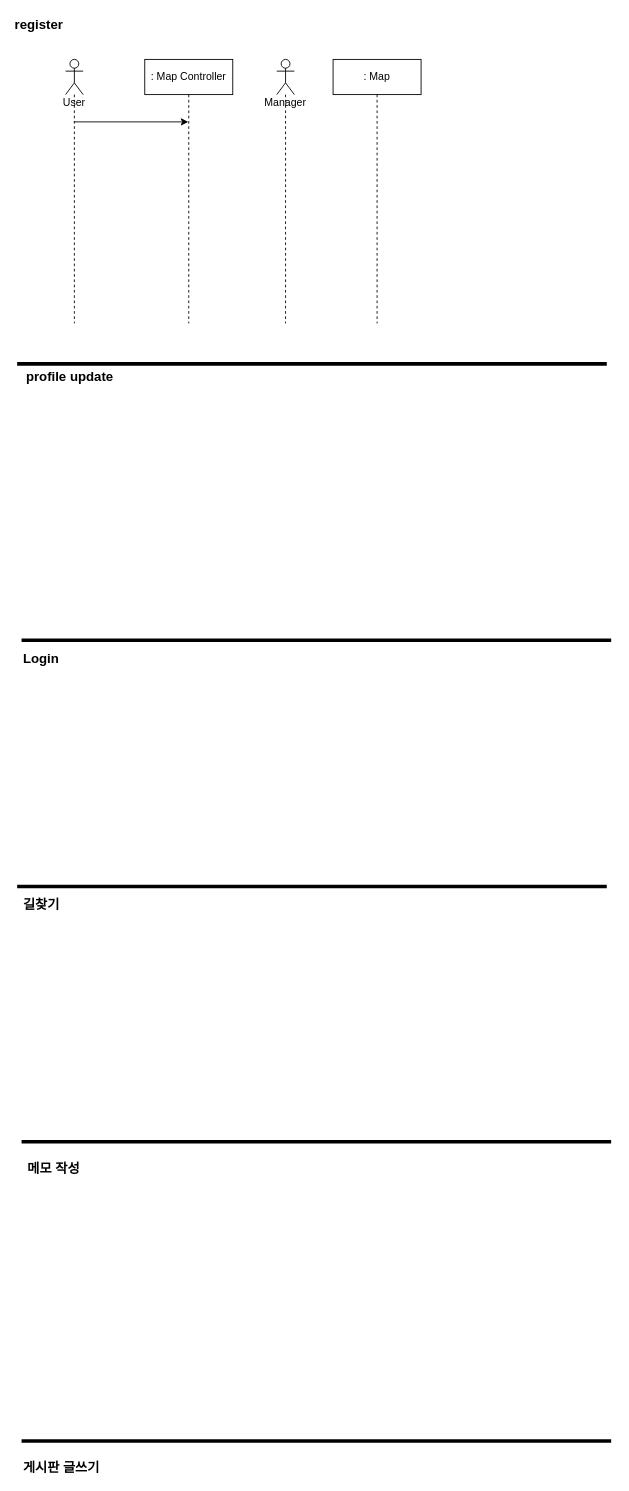
Earlier version of the draw.io diagram Soongsil Campus Map Sequence Diagram.drawio (tlfzgjadyd/SoftwareEngineering). Source tidied: cells renumbered, new cells numbered last; positions are measured from the earlier drawing's top-left corner, leaving out a move shared by most shapes. Both pictures are drawn from the tidied source at 88%, with x=0, y=0 at pixel (17, 15).
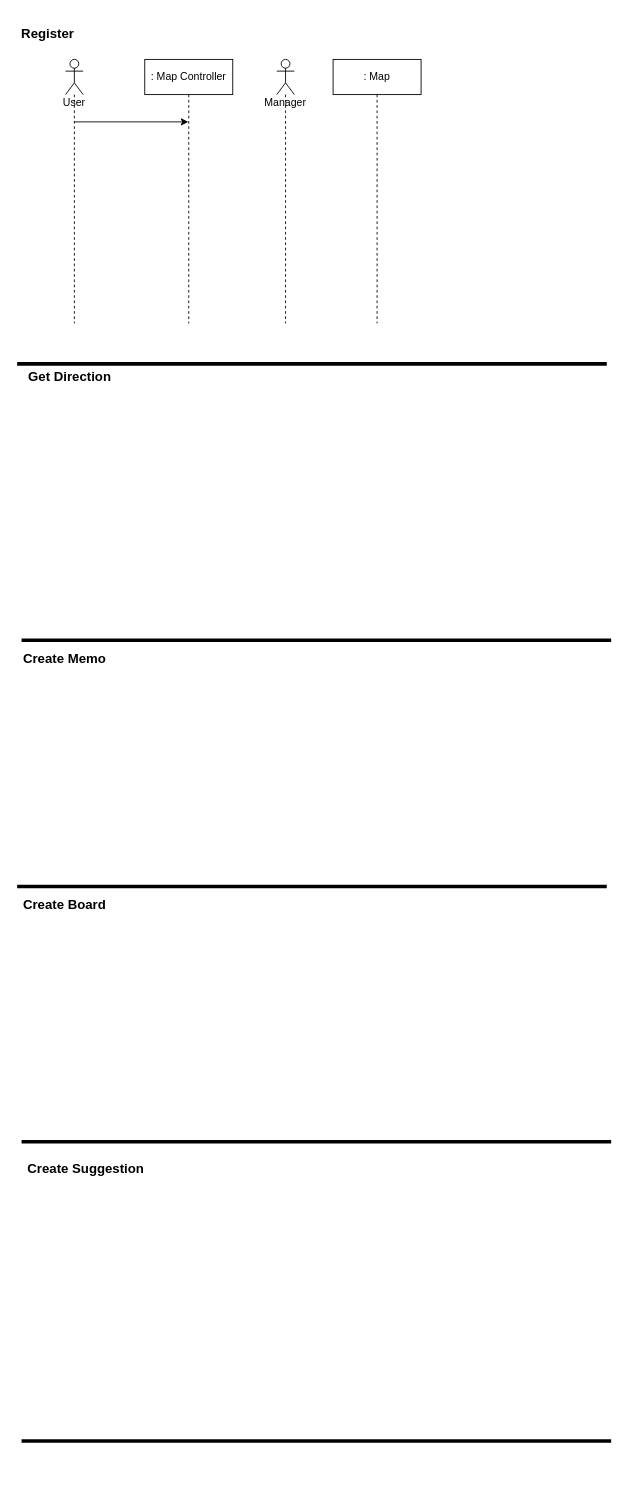
Above is the later version.

What changed in the source:
```diff
@@
-    <mxCell id="8" value="&lt;b&gt;&lt;font style=&quot;font-size: 15px&quot;&gt;register&lt;/font&gt;&lt;/b&gt;" style="text;html=1;strokeColor=none;fillColor=none;align=center;verticalAlign=middle;whiteSpace=wrap;rounded=0;" parent="1" vertex="1">
-      <mxGeometry x="5" width="40" height="20" as="geometry" />
+    <mxCell id="8" value="&lt;b&gt;&lt;font style=&quot;font-size: 15px&quot;&gt;Register&lt;/font&gt;&lt;/b&gt;" style="text;html=1;strokeColor=none;fillColor=none;align=center;verticalAlign=middle;whiteSpace=wrap;rounded=0;" parent="1" vertex="1">
+      <mxGeometry x="15" y="10" width="40" height="20" as="geometry" />
     </mxCell>
@@
-    <mxCell id="10" value="&lt;b&gt;&lt;font style=&quot;font-size: 15px&quot;&gt;profile update&lt;/font&gt;&lt;/b&gt;" style="text;html=1;strokeColor=none;fillColor=none;align=center;verticalAlign=middle;whiteSpace=wrap;rounded=0;" parent="1" vertex="1">
+    <mxCell id="10" value="&lt;b&gt;&lt;font style=&quot;font-size: 15px&quot;&gt;Get Direction&lt;/font&gt;&lt;/b&gt;" style="text;html=1;strokeColor=none;fillColor=none;align=center;verticalAlign=middle;whiteSpace=wrap;rounded=0;" parent="1" vertex="1">
       <mxGeometry x="5" y="400" width="110" height="20" as="geometry" />
     </mxCell>
@@
-    <mxCell id="12" value="&lt;b&gt;&lt;font style=&quot;font-size: 15px&quot;&gt;Login&lt;/font&gt;&lt;/b&gt;" style="text;html=1;strokeColor=none;fillColor=none;align=left;verticalAlign=middle;whiteSpace=wrap;rounded=0;" parent="1" vertex="1">
+    <mxCell id="12" value="&lt;b&gt;&lt;font style=&quot;font-size: 15px&quot;&gt;Create Memo&lt;/font&gt;&lt;/b&gt;" style="text;html=1;strokeColor=none;fillColor=none;align=left;verticalAlign=middle;whiteSpace=wrap;rounded=0;" parent="1" vertex="1">
       <mxGeometry x="5" y="720" width="110" height="20" as="geometry" />
     </mxCell>
@@
-    <mxCell id="15" value="&lt;span style=&quot;font-size: 15px&quot;&gt;&lt;b&gt;길찾기&lt;/b&gt;&lt;/span&gt;" style="text;html=1;strokeColor=none;fillColor=none;align=left;verticalAlign=middle;whiteSpace=wrap;rounded=0;" parent="1" vertex="1">
+    <mxCell id="15" value="&lt;span style=&quot;font-size: 15px&quot;&gt;&lt;b&gt;Create Board&lt;/b&gt;&lt;/span&gt;" style="text;html=1;strokeColor=none;fillColor=none;align=left;verticalAlign=middle;whiteSpace=wrap;rounded=0;" parent="1" vertex="1">
       <mxGeometry x="5" y="1000" width="110" height="20" as="geometry" />
     </mxCell>
-    <mxCell id="16" value="&lt;span style=&quot;font-size: 15px&quot;&gt;&lt;b&gt;메모 작성&lt;/b&gt;&lt;/span&gt;" style="text;html=1;strokeColor=none;fillColor=none;align=left;verticalAlign=middle;whiteSpace=wrap;rounded=0;" parent="1" vertex="1">
-      <mxGeometry x="10" y="1300" width="110" height="20" as="geometry" />
+    <mxCell id="16" value="&lt;span style=&quot;font-size: 15px&quot;&gt;&lt;b&gt;Create Suggestion&lt;/b&gt;&lt;/span&gt;" style="text;html=1;strokeColor=none;fillColor=none;align=left;verticalAlign=middle;whiteSpace=wrap;rounded=0;" parent="1" vertex="1">
+      <mxGeometry x="10" y="1300" width="135" height="20" as="geometry" />
     </mxCell>
@@
-    <mxCell id="18" value="&lt;span style=&quot;font-size: 15px&quot;&gt;&lt;b&gt;게시판 글쓰기&lt;/b&gt;&lt;/span&gt;" style="text;html=1;strokeColor=none;fillColor=none;align=left;verticalAlign=middle;whiteSpace=wrap;rounded=0;" parent="1" vertex="1">
-      <mxGeometry x="5" y="1640" width="110" height="20" as="geometry" />
-    </mxCell>
```
